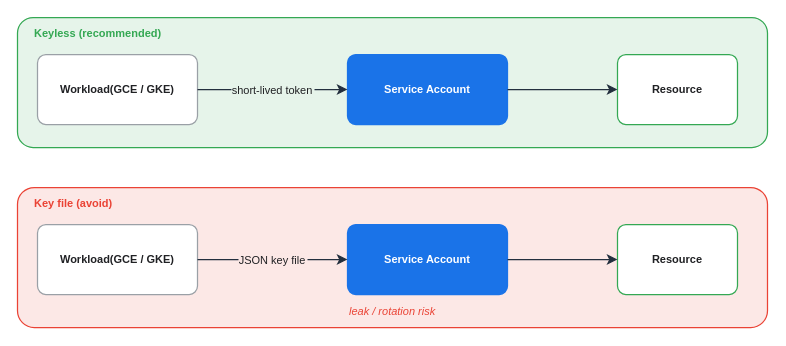
KKamJi98/kkamji98.github.io keeps this draw.io diagram as assets/img/gcp/gcp-sa-auth.drawio. Above is the earlier version. Source tidied: cells renumbered, new cells numbered last; positions are measured from the earlier drawing's top-left corner, leaving out a move shared by most shapes. Both pictures are drawn from the tidied source at 100%, with x=0, y=0 at pixel (17, 17).
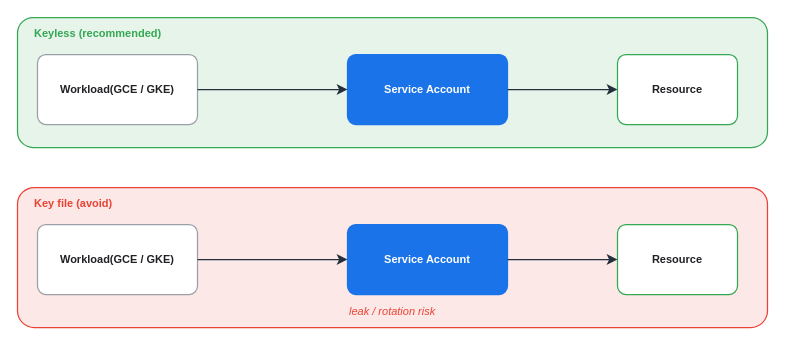
After the change.

What changed in the source:
```diff
@@
 <mxGraphModel background="#FFFFFF">
   <root>
     <mxCell id="0" />
     <mxCell id="1" parent="0" />
     <mxCell id="2" style="rounded=1;arcSize=12;whiteSpace=wrap;html=0;fillColor=#E6F4EA;strokeColor=#34A853;fontColor=#202124;strokeWidth=1.25;" parent="1" vertex="1">
       <mxGeometry width="750" height="130" as="geometry" />
     </mxCell>
     <mxCell id="3" style="rounded=1;arcSize=12;whiteSpace=wrap;html=0;fillColor=#FCE8E6;strokeColor=#EA4335;fontColor=#202124;strokeWidth=1.25;" parent="1" vertex="1">
       <mxGeometry y="170" width="750" height="140" as="geometry" />
     </mxCell>
     <mxCell id="4" value="Keyless (recommended)" style="text;html=0;align=left;verticalAlign=middle;fontColor=#34A853;fontSize=11;fontStyle=1;" parent="1" vertex="1">
       <mxGeometry x="15" y="5" width="250" height="20" as="geometry" />
     </mxCell>
     <mxCell id="5" value="Workload(GCE / GKE)" style="rounded=1;arcSize=12;whiteSpace=wrap;html=0;fillColor=#FFFFFF;strokeColor=#9AA0A6;fontColor=#202124;fontSize=11;fontStyle=1;verticalAlign=middle;align=center;strokeWidth=1.25;" parent="1" vertex="1">
       <mxGeometry x="20" y="37" width="160" height="70" as="geometry" />
     </mxCell>
     <mxCell id="6" value="Service Account" style="rounded=1;arcSize=12;whiteSpace=wrap;html=0;fillColor=#1A73E8;strokeColor=#1A73E8;fontColor=#FFFFFF;fontSize=11;fontStyle=1;verticalAlign=middle;align=center;strokeWidth=1.25;" parent="1" vertex="1">
       <mxGeometry x="330" y="37" width="160" height="70" as="geometry" />
     </mxCell>
     <mxCell id="7" value="Resource" style="rounded=1;arcSize=12;whiteSpace=wrap;html=0;fillColor=#FFFFFF;strokeColor=#34A853;fontColor=#202124;fontSize=11;fontStyle=1;verticalAlign=middle;align=center;strokeWidth=1.25;" parent="1" vertex="1">
       <mxGeometry x="600" y="37" width="120" height="70" as="geometry" />
     </mxCell>
     <mxCell id="8" value="Key file (avoid)" style="text;html=0;align=left;verticalAlign=middle;fontColor=#EA4335;fontSize=11;fontStyle=1;" parent="1" vertex="1">
       <mxGeometry x="15" y="175" width="250" height="20" as="geometry" />
     </mxCell>
     <mxCell id="9" value="Workload(GCE / GKE)" style="rounded=1;arcSize=12;whiteSpace=wrap;html=0;fillColor=#FFFFFF;strokeColor=#9AA0A6;fontColor=#202124;fontSize=11;fontStyle=1;verticalAlign=middle;align=center;strokeWidth=1.25;" parent="1" vertex="1">
       <mxGeometry x="20" y="207" width="160" height="70" as="geometry" />
     </mxCell>
     <mxCell id="10" value="Service Account" style="rounded=1;arcSize=12;whiteSpace=wrap;html=0;fillColor=#1A73E8;strokeColor=#1A73E8;fontColor=#FFFFFF;fontSize=11;fontStyle=1;verticalAlign=middle;align=center;strokeWidth=1.25;" parent="1" vertex="1">
       <mxGeometry x="330" y="207" width="160" height="70" as="geometry" />
     </mxCell>
     <mxCell id="11" value="Resource" style="rounded=1;arcSize=12;whiteSpace=wrap;html=0;fillColor=#FFFFFF;strokeColor=#34A853;fontColor=#202124;fontSize=11;fontStyle=1;verticalAlign=middle;align=center;strokeWidth=1.25;" parent="1" vertex="1">
       <mxGeometry x="600" y="207" width="120" height="70" as="geometry" />
     </mxCell>
     <mxCell id="12" value="leak / rotation risk" style="text;html=0;align=left;verticalAlign=middle;fontColor=#EA4335;fontSize=11;fontStyle=2;" parent="1" vertex="1">
       <mxGeometry x="330" y="283" width="300" height="20" as="geometry" />
     </mxCell>
-    <mxCell id="13" value="short-lived token" style="edgeStyle=orthogonalEdgeStyle;html=0;rounded=0;strokeColor=#232F3E;strokeWidth=1.25;fontColor=#202124;labelBackgroundColor=#E6F4EA;endArrow=classic;exitX=1;exitY=0.5;exitDx=0;exitDy=0;entryX=0;entryY=0.5;entryDx=0;entryDy=0;endSize=7;" parent="1" edge="1" source="5" target="6">
+    <mxCell id="13" style="edgeStyle=orthogonalEdgeStyle;html=0;rounded=0;strokeColor=#232F3E;strokeWidth=1.25;fontColor=#202124;labelBackgroundColor=none;endArrow=classic;exitX=1;exitY=0.5;exitDx=0;exitDy=0;entryX=0;entryY=0.5;entryDx=0;entryDy=0;endSize=7;" parent="1" edge="1" source="5" target="6">
       <mxGeometry relative="1" as="geometry" />
     </mxCell>
     <mxCell id="14" style="edgeStyle=orthogonalEdgeStyle;html=0;rounded=0;strokeColor=#232F3E;strokeWidth=1.25;fontColor=#202124;endArrow=classic;exitX=1;exitY=0.5;exitDx=0;exitDy=0;entryX=0;entryY=0.5;entryDx=0;entryDy=0;endSize=7;" parent="1" edge="1" source="6" target="7">
       <mxGeometry relative="1" as="geometry" />
     </mxCell>
-    <mxCell id="15" value="JSON key file" style="edgeStyle=orthogonalEdgeStyle;html=0;rounded=0;strokeColor=#232F3E;strokeWidth=1.25;fontColor=#202124;labelBackgroundColor=#FCE8E6;endArrow=classic;exitX=1;exitY=0.5;exitDx=0;exitDy=0;entryX=0;entryY=0.5;entryDx=0;entryDy=0;endSize=7;" parent="1" edge="1" source="9" target="10">
+    <mxCell id="15" style="edgeStyle=orthogonalEdgeStyle;html=0;rounded=0;strokeColor=#232F3E;strokeWidth=1.25;fontColor=#202124;labelBackgroundColor=none;endArrow=classic;exitX=1;exitY=0.5;exitDx=0;exitDy=0;entryX=0;entryY=0.5;entryDx=0;entryDy=0;endSize=7;" parent="1" edge="1" source="9" target="10">
       <mxGeometry relative="1" as="geometry" />
     </mxCell>
     <mxCell id="16" style="edgeStyle=orthogonalEdgeStyle;html=0;rounded=0;strokeColor=#232F3E;strokeWidth=1.25;fontColor=#202124;endArrow=classic;exitX=1;exitY=0.5;exitDx=0;exitDy=0;entryX=0;entryY=0.5;entryDx=0;entryDy=0;endSize=7;" parent="1" edge="1" source="10" target="11">
       <mxGeometry relative="1" as="geometry" />
     </mxCell>
   </root>
 </mxGraphModel>
```
